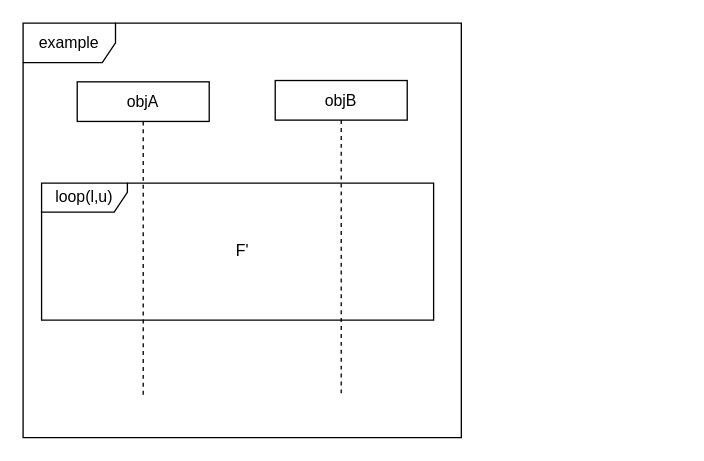
The draw.io diagram loop.drawio in ShiYufei0708/draw, before the edit. Source tidied: cells renumbered, new cells numbered last; positions are measured from the earlier drawing's top-left corner, leaving out a move shared by most shapes. Both pictures are drawn from the tidied source at 132%, with x=0, y=0 at pixel (22, 22).
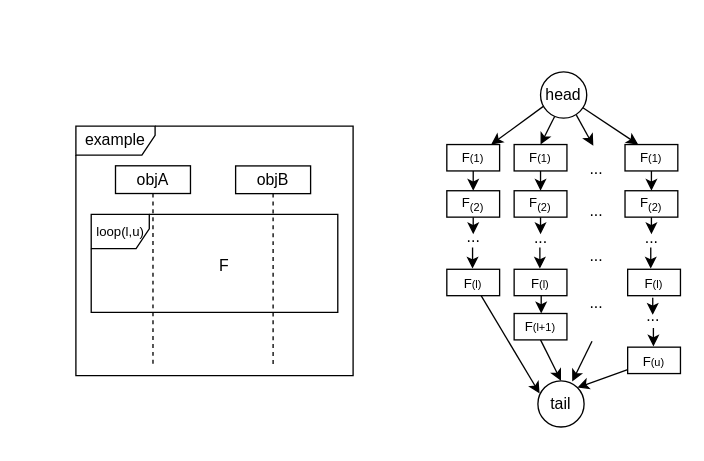
The same diagram, later.

What changed in the source:
```diff
@@
+    <mxCell id="7" style="rounded=0;jettySize=auto;html=1;exitX=0.075;exitY=0.734;exitDx=0;exitDy=0;exitPerimeter=0;" parent="1" edge="1" source="11" target="14">
+      <mxGeometry relative="1" as="geometry" />
+    </mxCell>
+    <mxCell id="8" style="rounded=0;jettySize=auto;html=1;exitX=0.776;exitY=0.934;exitDx=0;exitDy=0;exitPerimeter=0;" parent="1" edge="1" source="11">
+      <mxGeometry relative="1" as="geometry">
+        <mxPoint x="432" y="93" as="targetPoint" />
+      </mxGeometry>
+    </mxCell>
+    <mxCell id="9" style="rounded=0;jettySize=auto;html=1;exitX=0.305;exitY=0.964;exitDx=0;exitDy=0;entryX=0.5;entryY=0;entryDx=0;entryDy=0;exitPerimeter=0;" parent="1" edge="1" source="11" target="24">
+      <mxGeometry relative="1" as="geometry" />
+    </mxCell>
+    <mxCell id="10" style="rounded=0;jettySize=auto;html=1;entryX=0.25;entryY=0;entryDx=0;entryDy=0;" parent="1" edge="1" source="11" target="33">
+      <mxGeometry relative="1" as="geometry" />
+    </mxCell>
+    <mxCell id="11" value="head" style="ellipse;whiteSpace=wrap;html=1;" parent="1" vertex="1">
+      <mxGeometry x="392" y="37" width="35" height="35" as="geometry" />
+    </mxCell>
+    <mxCell id="12" value="tail" style="ellipse;whiteSpace=wrap;html=1;" parent="1" vertex="1">
+      <mxGeometry x="390" y="271" width="35" height="35" as="geometry" />
+    </mxCell>
+    <mxCell id="13" style="edgeStyle=orthogonalEdgeStyle;rounded=0;jettySize=auto;html=1;exitX=0.5;exitY=1;exitDx=0;exitDy=0;entryX=0.5;entryY=0;entryDx=0;entryDy=0;" parent="1" edge="1" source="14" target="18">
+      <mxGeometry relative="1" as="geometry" />
+    </mxCell>
+    <mxCell id="14" value="&lt;span style=&quot;font-size: 10px;&quot;&gt;F&lt;/span&gt;&lt;span style=&quot;font-size: 8.33333px;&quot;&gt;(1)&lt;/span&gt;" style="rounded=0;whiteSpace=wrap;html=1;" parent="1" vertex="1">
+      <mxGeometry x="321" y="92" width="40" height="20" as="geometry" />
+    </mxCell>
+    <mxCell id="15" style="rounded=0;jettySize=auto;html=1;entryX=0.5;entryY=0;entryDx=0;entryDy=0;exitX=0.5;exitY=1;exitDx=0;exitDy=0;" parent="1" edge="1" source="30" target="12">
+      <mxGeometry relative="1" as="geometry" />
+    </mxCell>
+    <mxCell id="16" style="group;" parent="1" vertex="1">
+      <mxGeometry x="40" y="78" width="210" height="189" as="geometry" />
+    </mxCell>
-    <mxCell id="2" value="objA" style="shape=umlLifeline;perimeter=lifelinePerimeter;whiteSpace=wrap;html=1;newEdgeStyle={&quot;curved&quot;:0,&quot;rounded&quot;:0};size=30;" parent="1" vertex="1">
-      <mxGeometry x="41" y="44.5" width="100" height="237.5" as="geometry" />
+    <mxCell id="2" value="objA" style="shape=umlLifeline;perimeter=lifelinePerimeter;whiteSpace=wrap;html=1;newEdgeStyle={&quot;curved&quot;:0,&quot;rounded&quot;:0};size=21;" parent="16" vertex="1">
+      <mxGeometry x="30" y="30.1" width="56.8" height="150.1" as="geometry" />
     </mxCell>
-    <mxCell id="3" value="objB" style="shape=umlLifeline;perimeter=lifelinePerimeter;whiteSpace=wrap;html=1;newEdgeStyle={&quot;curved&quot;:0,&quot;rounded&quot;:0};size=30;" parent="1" vertex="1">
-      <mxGeometry x="191" y="43.5" width="100" height="237.5" as="geometry" />
-    </mxCell>
-    <mxCell id="4" value="loop(l,u)" style="shape=umlFrame;whiteSpace=wrap;html=1;width=65;height=22;" parent="1" vertex="1">
-      <mxGeometry x="14" y="121.2" width="297" height="103.8" as="geometry" />
+    <mxCell id="4" value="&lt;font style=&quot;font-size: 10px;&quot;&gt;loop(l,u)&lt;/font&gt;" style="shape=umlFrame;whiteSpace=wrap;html=1;width=44;height=26;" parent="16" vertex="1">
+      <mxGeometry x="11.6" y="66.9" width="186.8" height="74.3" as="geometry" />
     </mxCell>
-    <mxCell id="5" value="example" style="shape=umlFrame;whiteSpace=wrap;html=1;width=70;height=30;" parent="1" vertex="1">
-      <mxGeometry width="332" height="314" as="geometry" />
+    <mxCell id="5" value="example" style="shape=umlFrame;whiteSpace=wrap;html=1;width=60;height=22;" parent="16" vertex="1">
+      <mxGeometry width="210" height="189" as="geometry" />
     </mxCell>
-    <mxCell id="6" value="F'" style="text;html=1;align=center;verticalAlign=middle;strokeColor=none;fillColor=none;" parent="1" vertex="1">
-      <mxGeometry x="152" y="160.1" width="28" height="26" as="geometry" />
-    </mxCell>
+    <mxCell id="17" value="F" style="text;html=1;align=center;verticalAlign=middle;strokeColor=none;fillColor=none;" parent="16" vertex="1">
+      <mxGeometry x="99" y="92.7" width="25" height="26" as="geometry" />
+    </mxCell>
+    <mxCell id="3" value="objB" style="shape=umlLifeline;perimeter=lifelinePerimeter;whiteSpace=wrap;html=1;newEdgeStyle={&quot;curved&quot;:0,&quot;rounded&quot;:0};size=21;" parent="16" vertex="1">
+      <mxGeometry x="121" y="30.2" width="56.8" height="150.1" as="geometry" />
+    </mxCell>
+    <mxCell id="18" value="F&lt;sub&gt;(2)&lt;/sub&gt;" style="rounded=0;whiteSpace=wrap;html=1;fontSize=10;" parent="1" vertex="1">
+      <mxGeometry x="321" y="127" width="40" height="20" as="geometry" />
+    </mxCell>
+    <mxCell id="19" style="edgeStyle=orthogonalEdgeStyle;rounded=0;orthogonalLoop=1;jettySize=auto;html=1;exitX=0.5;exitY=1;exitDx=0;exitDy=0;" parent="1" edge="1">
+      <mxGeometry relative="1" as="geometry">
+        <mxPoint x="340.5" y="170" as="sourcePoint" />
+        <mxPoint x="340.5" y="186" as="targetPoint" />
+      </mxGeometry>
+    </mxCell>
+    <mxCell id="20" style="rounded=0;jettySize=auto;html=1;exitX=0.5;exitY=1;exitDx=0;exitDy=0;" parent="1" edge="1" source="18">
+      <mxGeometry relative="1" as="geometry">
+        <mxPoint x="341" y="160" as="targetPoint" />
+      </mxGeometry>
+    </mxCell>
+    <mxCell id="21" style="rounded=0;jettySize=auto;html=1;entryX=0.037;entryY=0.274;entryDx=0;entryDy=0;entryPerimeter=0;" parent="1" edge="1" source="22" target="12">
+      <mxGeometry relative="1" as="geometry" />
+    </mxCell>
+    <mxCell id="22" value="&lt;span style=&quot;font-size: 10px;&quot;&gt;F&lt;/span&gt;&lt;span style=&quot;font-size: 8.33333px;&quot;&gt;(l)&lt;/span&gt;" style="rounded=0;whiteSpace=wrap;html=1;" parent="1" vertex="1">
+      <mxGeometry x="321" y="186.5" width="40" height="20" as="geometry" />
+    </mxCell>
+    <mxCell id="23" style="edgeStyle=orthogonalEdgeStyle;rounded=0;jettySize=auto;html=1;exitX=0.5;exitY=1;exitDx=0;exitDy=0;entryX=0.5;entryY=0;entryDx=0;entryDy=0;" parent="1" edge="1" source="24" target="25">
+      <mxGeometry relative="1" as="geometry" />
+    </mxCell>
+    <mxCell id="24" value="&lt;span style=&quot;font-size: 10px;&quot;&gt;F&lt;/span&gt;&lt;span style=&quot;font-size: 8.33333px;&quot;&gt;(1)&lt;/span&gt;" style="rounded=0;whiteSpace=wrap;html=1;" parent="1" vertex="1">
+      <mxGeometry x="372" y="92" width="40" height="20" as="geometry" />
+    </mxCell>
+    <mxCell id="25" value="F&lt;sub&gt;(2)&lt;/sub&gt;" style="rounded=0;whiteSpace=wrap;html=1;fontSize=10;" parent="1" vertex="1">
+      <mxGeometry x="372" y="127" width="40" height="20" as="geometry" />
+    </mxCell>
+    <mxCell id="26" style="edgeStyle=orthogonalEdgeStyle;rounded=0;orthogonalLoop=1;jettySize=auto;html=1;exitX=0.5;exitY=1;exitDx=0;exitDy=0;" parent="1" edge="1">
+      <mxGeometry relative="1" as="geometry">
+        <mxPoint x="391.5" y="170" as="sourcePoint" />
+        <mxPoint x="391.5" y="186" as="targetPoint" />
+      </mxGeometry>
+    </mxCell>
+    <mxCell id="27" style="rounded=0;jettySize=auto;html=1;exitX=0.5;exitY=1;exitDx=0;exitDy=0;" parent="1" edge="1" source="25">
+      <mxGeometry relative="1" as="geometry">
+        <mxPoint x="392" y="160" as="targetPoint" />
+      </mxGeometry>
+    </mxCell>
+    <mxCell id="28" value="&lt;span style=&quot;font-size: 10px;&quot;&gt;F&lt;/span&gt;&lt;span style=&quot;font-size: 8.33333px;&quot;&gt;(l)&lt;/span&gt;" style="rounded=0;whiteSpace=wrap;html=1;" parent="1" vertex="1">
+      <mxGeometry x="372" y="186.5" width="40" height="20" as="geometry" />
+    </mxCell>
+    <mxCell id="29" style="edgeStyle=orthogonalEdgeStyle;rounded=0;orthogonalLoop=1;jettySize=auto;html=1;exitX=0.5;exitY=1;exitDx=0;exitDy=0;" parent="1" edge="1">
+      <mxGeometry relative="1" as="geometry">
+        <mxPoint x="392.5" y="206.5" as="sourcePoint" />
+        <mxPoint x="392.5" y="220" as="targetPoint" />
+      </mxGeometry>
+    </mxCell>
+    <mxCell id="30" value="&lt;span style=&quot;font-size: 10px;&quot;&gt;F&lt;/span&gt;&lt;span style=&quot;font-size: 8.33333px;&quot;&gt;(l+1)&lt;/span&gt;" style="rounded=0;whiteSpace=wrap;html=1;" parent="1" vertex="1">
+      <mxGeometry x="372" y="220" width="40" height="20" as="geometry" />
+    </mxCell>
+    <mxCell id="31" value="..." style="text;html=1;align=center;verticalAlign=middle;strokeColor=none;fillColor=none;" parent="1" vertex="1">
+      <mxGeometry x="420" y="98" width="28" height="26" as="geometry" />
+    </mxCell>
+    <mxCell id="32" style="edgeStyle=orthogonalEdgeStyle;rounded=0;jettySize=auto;html=1;exitX=0.5;exitY=1;exitDx=0;exitDy=0;entryX=0.5;entryY=0;entryDx=0;entryDy=0;" parent="1" edge="1" source="33" target="34">
+      <mxGeometry relative="1" as="geometry" />
+    </mxCell>
+    <mxCell id="33" value="&lt;span style=&quot;font-size: 10px;&quot;&gt;F&lt;/span&gt;&lt;span style=&quot;font-size: 8.33333px;&quot;&gt;(1)&lt;/span&gt;" style="rounded=0;whiteSpace=wrap;html=1;" parent="1" vertex="1">
+      <mxGeometry x="456" y="92" width="40" height="20" as="geometry" />
+    </mxCell>
+    <mxCell id="34" value="F&lt;sub&gt;(2)&lt;/sub&gt;" style="rounded=0;whiteSpace=wrap;html=1;fontSize=10;" parent="1" vertex="1">
+      <mxGeometry x="456" y="127" width="40" height="20" as="geometry" />
+    </mxCell>
+    <mxCell id="35" style="edgeStyle=orthogonalEdgeStyle;rounded=0;orthogonalLoop=1;jettySize=auto;html=1;exitX=0.5;exitY=1;exitDx=0;exitDy=0;" parent="1" edge="1">
+      <mxGeometry relative="1" as="geometry">
+        <mxPoint x="475.5" y="170" as="sourcePoint" />
+        <mxPoint x="475.5" y="186" as="targetPoint" />
+      </mxGeometry>
+    </mxCell>
+    <mxCell id="36" style="rounded=0;jettySize=auto;html=1;exitX=0.5;exitY=1;exitDx=0;exitDy=0;" parent="1" edge="1" source="34">
+      <mxGeometry relative="1" as="geometry">
+        <mxPoint x="476" y="160" as="targetPoint" />
+      </mxGeometry>
+    </mxCell>
+    <mxCell id="37" value="&lt;span style=&quot;font-size: 10px;&quot;&gt;F&lt;/span&gt;&lt;span style=&quot;font-size: 8.33333px;&quot;&gt;(l)&lt;/span&gt;" style="rounded=0;whiteSpace=wrap;html=1;" parent="1" vertex="1">
+      <mxGeometry x="458" y="186.5" width="40" height="20" as="geometry" />
+    </mxCell>
+    <mxCell id="38" style="edgeStyle=orthogonalEdgeStyle;rounded=0;orthogonalLoop=1;jettySize=auto;html=1;exitX=0.5;exitY=1;exitDx=0;exitDy=0;" parent="1" edge="1">
+      <mxGeometry relative="1" as="geometry">
+        <mxPoint x="477.5" y="231" as="sourcePoint" />
+        <mxPoint x="477.5" y="245" as="targetPoint" />
+      </mxGeometry>
+    </mxCell>
+    <mxCell id="39" value="&lt;span style=&quot;font-size: 10px;&quot;&gt;F&lt;/span&gt;&lt;span style=&quot;font-size: 8.33333px;&quot;&gt;(u)&lt;/span&gt;" style="rounded=0;whiteSpace=wrap;html=1;" parent="1" vertex="1">
+      <mxGeometry x="458" y="245.5" width="40" height="20" as="geometry" />
+    </mxCell>
+    <mxCell id="40" value="..." style="text;html=1;align=center;verticalAlign=middle;strokeColor=none;fillColor=none;" parent="1" vertex="1">
+      <mxGeometry x="463" y="209" width="28" height="26" as="geometry" />
+    </mxCell>
+    <mxCell id="41" style="rounded=0;orthogonalLoop=1;jettySize=auto;html=1;exitX=0.5;exitY=1;exitDx=0;exitDy=0;jumpSize=11;" parent="1" edge="1">
+      <mxGeometry relative="1" as="geometry">
+        <mxPoint x="477" y="208" as="sourcePoint" />
+        <mxPoint x="477" y="221" as="targetPoint" />
+      </mxGeometry>
+    </mxCell>
+    <mxCell id="42" value="..." style="text;html=1;align=center;verticalAlign=middle;strokeColor=none;fillColor=none;" parent="1" vertex="1">
+      <mxGeometry x="420" y="130" width="28" height="26" as="geometry" />
+    </mxCell>
+    <mxCell id="43" value="..." style="text;html=1;align=center;verticalAlign=middle;strokeColor=none;fillColor=none;" parent="1" vertex="1">
+      <mxGeometry x="420" y="164" width="28" height="26" as="geometry" />
+    </mxCell>
+    <mxCell id="44" style="rounded=0;jettySize=auto;html=1;entryX=1;entryY=0;entryDx=0;entryDy=0;" parent="1" edge="1" source="39" target="12">
+      <mxGeometry relative="1" as="geometry" />
+    </mxCell>
+    <mxCell id="45" value="..." style="text;html=1;align=center;verticalAlign=middle;strokeColor=none;fillColor=none;" parent="1" vertex="1">
+      <mxGeometry x="327" y="149" width="28" height="26" as="geometry" />
+    </mxCell>
+    <mxCell id="46" value="..." style="text;html=1;align=center;verticalAlign=middle;strokeColor=none;fillColor=none;" parent="1" vertex="1">
+      <mxGeometry x="378" y="150" width="28" height="26" as="geometry" />
+    </mxCell>
+    <mxCell id="47" value="..." style="text;html=1;align=center;verticalAlign=middle;strokeColor=none;fillColor=none;" parent="1" vertex="1">
+      <mxGeometry x="462" y="150" width="28" height="26" as="geometry" />
+    </mxCell>
+    <mxCell id="48" style="rounded=0;orthogonalLoop=1;jettySize=auto;html=1;" parent="1" edge="1">
+      <mxGeometry relative="1" as="geometry">
+        <mxPoint x="431" y="241" as="sourcePoint" />
+        <mxPoint x="416" y="271.5" as="targetPoint" />
+      </mxGeometry>
+    </mxCell>
+    <mxCell id="49" value="..." style="text;html=1;align=center;verticalAlign=middle;strokeColor=none;fillColor=none;" parent="1" vertex="1">
+      <mxGeometry x="420" y="199" width="28" height="26" as="geometry" />
+    </mxCell>
```
